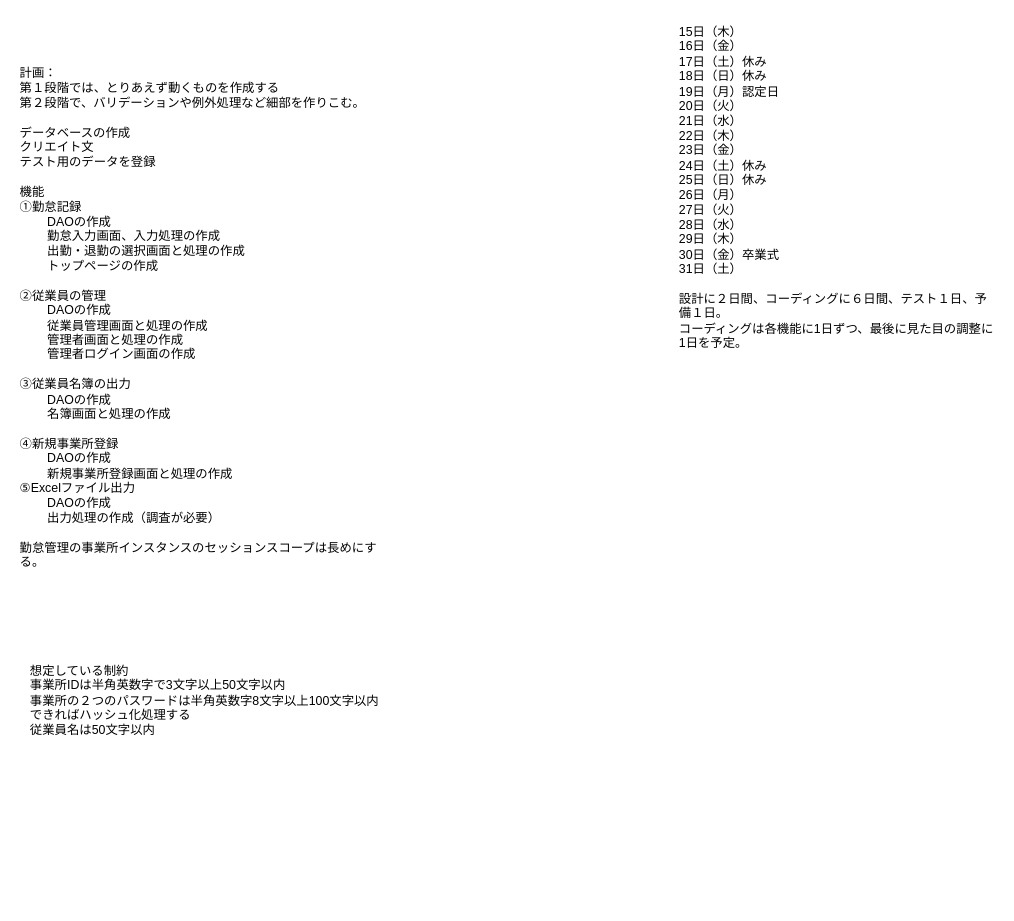
The draw.io diagram page "大まかな機能と作成計画" (3 of 10) of ドキュメント/制作物案.drawio in Kura-Hiroshi/Attendance_webapp, before the edit. Source tidied: cells renumbered, new cells numbered last; positions are measured from the earlier drawing's top-left corner, leaving out a move shared by most shapes. Both pictures are drawn from the tidied source at 103%, with x=0, y=0 at pixel (18, 18).
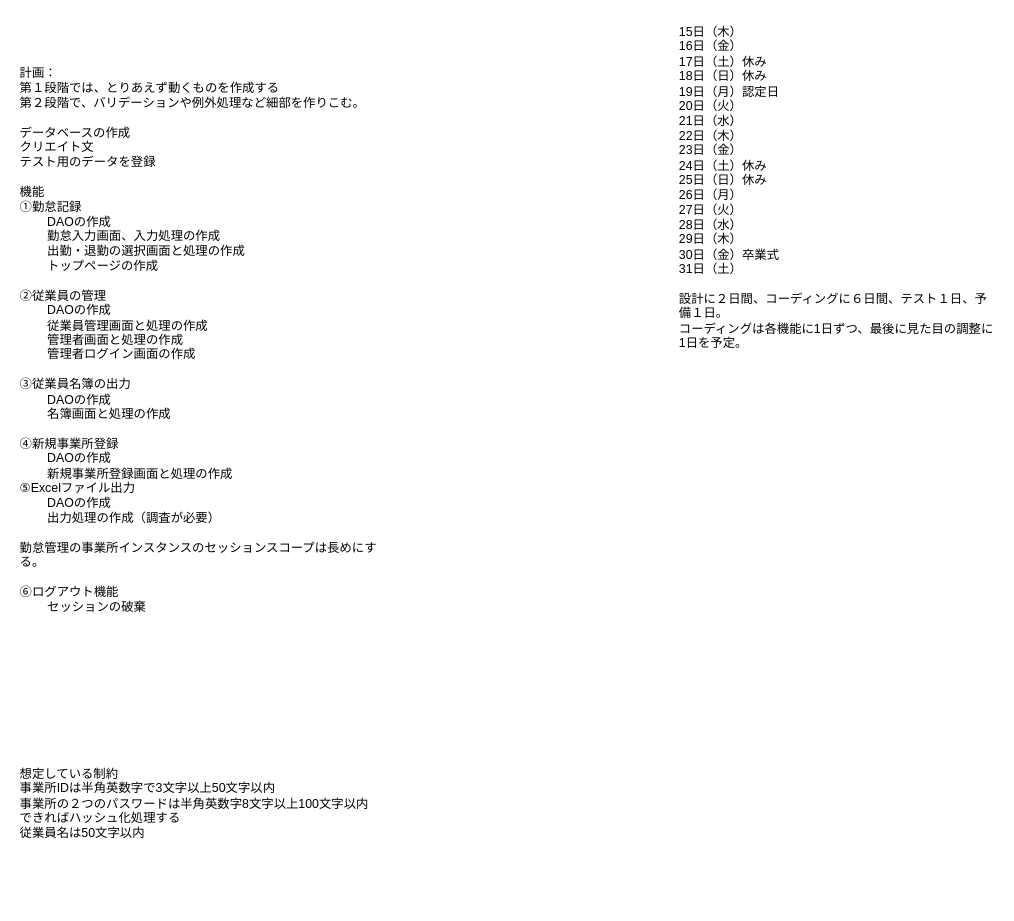
The same page after the edit.

The edit, as a diff of the source:
```diff
@@
 <mxGraphModel>
   <root>
     <mxCell id="0" />
     <mxCell id="1" parent="0" />
-    <mxCell id="2" value="&lt;div&gt;計画：&lt;/div&gt;&lt;div&gt;第１段階では、とりあえず動くものを作成する&lt;/div&gt;&lt;div&gt;第２段階で、バリデーションや例外処理など細部を作りこむ。&lt;/div&gt;&lt;div&gt;&lt;br&gt;&lt;/div&gt;データベースの作成&lt;div&gt;クリエイト文&lt;/div&gt;&lt;div&gt;テスト用のデータを登録&lt;/div&gt;&lt;div&gt;&lt;br&gt;&lt;/div&gt;&lt;div&gt;機能&lt;/div&gt;&lt;div&gt;①勤怠記録&lt;/div&gt;&lt;div&gt;&lt;span style=&quot;white-space: pre;&quot;&gt;&#9;&lt;/span&gt;DAOの作成&lt;br&gt;&lt;/div&gt;&lt;div&gt;&lt;span style=&quot;white-space: pre;&quot;&gt;&#9;&lt;/span&gt;勤怠入力画面、入力処理の作成&lt;br&gt;&lt;/div&gt;&lt;div&gt;&lt;span style=&quot;white-space: pre;&quot;&gt;&#9;&lt;/span&gt;出勤・退勤の選択画面と処理の作成&lt;br&gt;&lt;/div&gt;&lt;div&gt;&lt;span style=&quot;white-space: pre;&quot;&gt;&#9;&lt;/span&gt;トップページの作成&lt;br&gt;&lt;/div&gt;&lt;div&gt;&lt;br&gt;&lt;/div&gt;&lt;div&gt;②従業員の管理&lt;/div&gt;&lt;div&gt;&lt;span style=&quot;white-space: pre;&quot;&gt;&#9;&lt;/span&gt;DAOの作成&lt;br&gt;&lt;/div&gt;&lt;div&gt;&lt;span style=&quot;white-space: pre;&quot;&gt;&#9;&lt;/span&gt;従業員管理画面と処理の作成&lt;br&gt;&lt;/div&gt;&lt;div&gt;&lt;span style=&quot;white-space: pre;&quot;&gt;&#9;&lt;/span&gt;管理者画面と処理の作成&lt;br&gt;&lt;/div&gt;&lt;div&gt;&lt;span style=&quot;white-space: pre;&quot;&gt;&#9;&lt;/span&gt;管理者ログイン画面の作成&lt;br&gt;&lt;/div&gt;&lt;div&gt;&lt;br&gt;&lt;/div&gt;&lt;div&gt;&lt;div&gt;③従業員名簿の出力&lt;/div&gt;&lt;div&gt;&lt;span style=&quot;white-space: pre;&quot;&gt;&#9;&lt;/span&gt;&lt;span style=&quot;background-color: transparent;&quot;&gt;DAOの作成&lt;/span&gt;&lt;/div&gt;&lt;div&gt;&lt;span style=&quot;white-space: pre;&quot;&gt;&#9;&lt;/span&gt;名簿画面と処理の作成&lt;/div&gt;&lt;/div&gt;&lt;div&gt;&lt;br&gt;&lt;/div&gt;&lt;div&gt;④新規事業所登録&lt;/div&gt;&lt;div&gt;&lt;span style=&quot;white-space: pre;&quot;&gt;&#9;&lt;/span&gt;DAOの作成&lt;br&gt;&lt;/div&gt;&lt;div&gt;&lt;span style=&quot;white-space: pre;&quot;&gt;&#9;&lt;/span&gt;新規事業所登録画面と処理の作成&lt;br&gt;&lt;/div&gt;&lt;div&gt;&lt;div&gt;⑤Excelファイル出力&lt;/div&gt;&lt;div&gt;&lt;span style=&quot;white-space: pre;&quot;&gt;&#9;&lt;/span&gt;DAOの作成&lt;br&gt;&lt;/div&gt;&lt;div&gt;&lt;span style=&quot;white-space: pre;&quot;&gt;&#9;&lt;/span&gt;出力処理の作成（調査が必要）&lt;br&gt;&lt;/div&gt;&lt;div&gt;&lt;br&gt;&lt;/div&gt;&lt;div&gt;勤怠管理の事業所インスタンスのセッションスコープは長めにする。&lt;/div&gt;&lt;div&gt;&lt;br style=&quot;color: rgb(63, 63, 63);&quot;&gt;&lt;/div&gt;&lt;/div&gt;&lt;div&gt;&lt;br&gt;&lt;/div&gt;" style="text;html=1;align=left;verticalAlign=top;whiteSpace=wrap;rounded=0;" parent="1" vertex="1">
-      <mxGeometry y="40" width="350" height="530" as="geometry" />
+    <mxCell id="2" value="&lt;div&gt;計画：&lt;/div&gt;&lt;div&gt;第１段階では、とりあえず動くものを作成する&lt;/div&gt;&lt;div&gt;第２段階で、バリデーションや例外処理など細部を作りこむ。&lt;/div&gt;&lt;div&gt;&lt;br&gt;&lt;/div&gt;データベースの作成&lt;div&gt;クリエイト文&lt;/div&gt;&lt;div&gt;テスト用のデータを登録&lt;/div&gt;&lt;div&gt;&lt;br&gt;&lt;/div&gt;&lt;div&gt;機能&lt;/div&gt;&lt;div&gt;①勤怠記録&lt;/div&gt;&lt;div&gt;&lt;span style=&quot;white-space: pre;&quot;&gt;&#9;&lt;/span&gt;DAOの作成&lt;br&gt;&lt;/div&gt;&lt;div&gt;&lt;span style=&quot;white-space: pre;&quot;&gt;&#9;&lt;/span&gt;勤怠入力画面、入力処理の作成&lt;br&gt;&lt;/div&gt;&lt;div&gt;&lt;span style=&quot;white-space: pre;&quot;&gt;&#9;&lt;/span&gt;出勤・退勤の選択画面と処理の作成&lt;br&gt;&lt;/div&gt;&lt;div&gt;&lt;span style=&quot;white-space: pre;&quot;&gt;&#9;&lt;/span&gt;トップページの作成&lt;br&gt;&lt;/div&gt;&lt;div&gt;&lt;br&gt;&lt;/div&gt;&lt;div&gt;②従業員の管理&lt;/div&gt;&lt;div&gt;&lt;span style=&quot;white-space: pre;&quot;&gt;&#9;&lt;/span&gt;DAOの作成&lt;br&gt;&lt;/div&gt;&lt;div&gt;&lt;span style=&quot;white-space: pre;&quot;&gt;&#9;&lt;/span&gt;従業員管理画面と処理の作成&lt;br&gt;&lt;/div&gt;&lt;div&gt;&lt;span style=&quot;white-space: pre;&quot;&gt;&#9;&lt;/span&gt;管理者画面と処理の作成&lt;br&gt;&lt;/div&gt;&lt;div&gt;&lt;span style=&quot;white-space: pre;&quot;&gt;&#9;&lt;/span&gt;管理者ログイン画面の作成&lt;br&gt;&lt;/div&gt;&lt;div&gt;&lt;br&gt;&lt;/div&gt;&lt;div&gt;&lt;div&gt;③従業員名簿の出力&lt;/div&gt;&lt;div&gt;&lt;span style=&quot;white-space: pre;&quot;&gt;&#9;&lt;/span&gt;&lt;span style=&quot;background-color: transparent;&quot;&gt;DAOの作成&lt;/span&gt;&lt;/div&gt;&lt;div&gt;&lt;span style=&quot;white-space: pre;&quot;&gt;&#9;&lt;/span&gt;名簿画面と処理の作成&lt;/div&gt;&lt;/div&gt;&lt;div&gt;&lt;br&gt;&lt;/div&gt;&lt;div&gt;④新規事業所登録&lt;/div&gt;&lt;div&gt;&lt;span style=&quot;white-space: pre;&quot;&gt;&#9;&lt;/span&gt;DAOの作成&lt;br&gt;&lt;/div&gt;&lt;div&gt;&lt;span style=&quot;white-space: pre;&quot;&gt;&#9;&lt;/span&gt;新規事業所登録画面と処理の作成&lt;br&gt;&lt;/div&gt;&lt;div&gt;&lt;div&gt;⑤Excelファイル出力&lt;/div&gt;&lt;div&gt;&lt;span style=&quot;white-space: pre;&quot;&gt;&#9;&lt;/span&gt;DAOの作成&lt;br&gt;&lt;/div&gt;&lt;div&gt;&lt;span style=&quot;white-space: pre;&quot;&gt;&#9;&lt;/span&gt;出力処理の作成（調査が必要）&lt;br&gt;&lt;/div&gt;&lt;div&gt;&lt;br&gt;&lt;/div&gt;&lt;div&gt;勤怠管理の事業所インスタンスのセッションスコープは長めにする。&lt;/div&gt;&lt;div&gt;&lt;br style=&quot;color: rgb(63, 63, 63);&quot;&gt;&lt;/div&gt;&lt;/div&gt;&lt;div&gt;⑥ログアウト機能&lt;/div&gt;&lt;div&gt;&lt;span style=&quot;white-space: pre;&quot;&gt;&#9;&lt;/span&gt;セッションの破棄&lt;br&gt;&lt;/div&gt;" style="text;html=1;align=left;verticalAlign=top;whiteSpace=wrap;rounded=0;" parent="1" vertex="1">
+      <mxGeometry y="40" width="350" height="550" as="geometry" />
     </mxCell>
     <mxCell id="3" value="&lt;div&gt;&lt;font color=&quot;#000000&quot;&gt;15日（木）&amp;nbsp;&amp;nbsp;&lt;/font&gt;&lt;/div&gt;&lt;div&gt;&lt;font color=&quot;#000000&quot;&gt;16日（金）&amp;nbsp;&amp;nbsp;&lt;/font&gt;&lt;/div&gt;&lt;div&gt;&lt;font color=&quot;#000000&quot;&gt;17日（土）休み&amp;nbsp;&lt;/font&gt;&lt;/div&gt;&lt;div&gt;&lt;font color=&quot;#000000&quot;&gt;18日（日）休み&lt;/font&gt;&lt;/div&gt;&lt;div&gt;&lt;font color=&quot;#000000&quot;&gt;19日（月）認定日&lt;/font&gt;&lt;/div&gt;&lt;div&gt;&lt;font color=&quot;#000000&quot;&gt;20日（火）&amp;nbsp;&amp;nbsp;&lt;/font&gt;&lt;/div&gt;&lt;div&gt;&lt;font color=&quot;#000000&quot;&gt;21日（水）&amp;nbsp;&amp;nbsp;&lt;/font&gt;&lt;/div&gt;&lt;div&gt;&lt;font color=&quot;#000000&quot;&gt;22日（木）&amp;nbsp;&amp;nbsp;&lt;/font&gt;&lt;/div&gt;&lt;div&gt;&lt;font color=&quot;#000000&quot;&gt;23日（金）&amp;nbsp;&amp;nbsp;&lt;/font&gt;&lt;/div&gt;&lt;div&gt;&lt;font color=&quot;#000000&quot;&gt;24日（土）休み&amp;nbsp;&amp;nbsp;&lt;/font&gt;&lt;/div&gt;&lt;div&gt;&lt;font color=&quot;#000000&quot;&gt;25日（日）休み&lt;/font&gt;&lt;/div&gt;&lt;div&gt;&lt;font color=&quot;#000000&quot;&gt;26日（月）&amp;nbsp;&amp;nbsp;&lt;/font&gt;&lt;/div&gt;&lt;div&gt;&lt;font color=&quot;#000000&quot;&gt;27日（火）&amp;nbsp;&amp;nbsp;&lt;/font&gt;&lt;/div&gt;&lt;div&gt;&lt;font color=&quot;#000000&quot;&gt;28日（水）&amp;nbsp;&amp;nbsp;&lt;/font&gt;&lt;/div&gt;&lt;div&gt;&lt;font color=&quot;#000000&quot;&gt;29日（木）&amp;nbsp;&amp;nbsp;&lt;/font&gt;&lt;/div&gt;&lt;div&gt;&lt;font color=&quot;#000000&quot;&gt;30日（金）卒業式&amp;nbsp;&amp;nbsp;&lt;/font&gt;&lt;/div&gt;&lt;div&gt;&lt;font color=&quot;#000000&quot;&gt;31日（土）&lt;/font&gt;&lt;/div&gt;&lt;div&gt;&lt;font color=&quot;#000000&quot;&gt;&lt;br&gt;&lt;/font&gt;&lt;/div&gt;&lt;div&gt;&lt;font color=&quot;#000000&quot;&gt;設計に２日間、コーディングに６日間、テスト１日、予備１日。&lt;/font&gt;&lt;/div&gt;&lt;div&gt;&lt;font color=&quot;#000000&quot;&gt;コーディングは各機能に1日ずつ、最後に見た目の調整に1日を予定。&lt;/font&gt;&lt;/div&gt;" style="text;html=1;align=left;verticalAlign=top;whiteSpace=wrap;rounded=0;" parent="1" vertex="1">
       <mxGeometry x="640" width="310" height="370" as="geometry" />
     </mxCell>
     <mxCell id="4" value="想定している制約&lt;div&gt;事業所IDは半角英数字で3文字以上50文字以内&lt;/div&gt;&lt;div&gt;事業所の２つのパスワードは半角英数字8文字以上100文字以内&lt;/div&gt;&lt;div&gt;できればハッシュ化処理する&lt;/div&gt;&lt;div&gt;従業員名は50文字以内&lt;/div&gt;" style="text;html=1;align=left;verticalAlign=top;whiteSpace=wrap;rounded=0;" parent="1" vertex="1">
-      <mxGeometry x="10" y="620" width="410" height="140" as="geometry" />
+      <mxGeometry y="720" width="410" height="140" as="geometry" />
     </mxCell>
   </root>
 </mxGraphModel>
```
